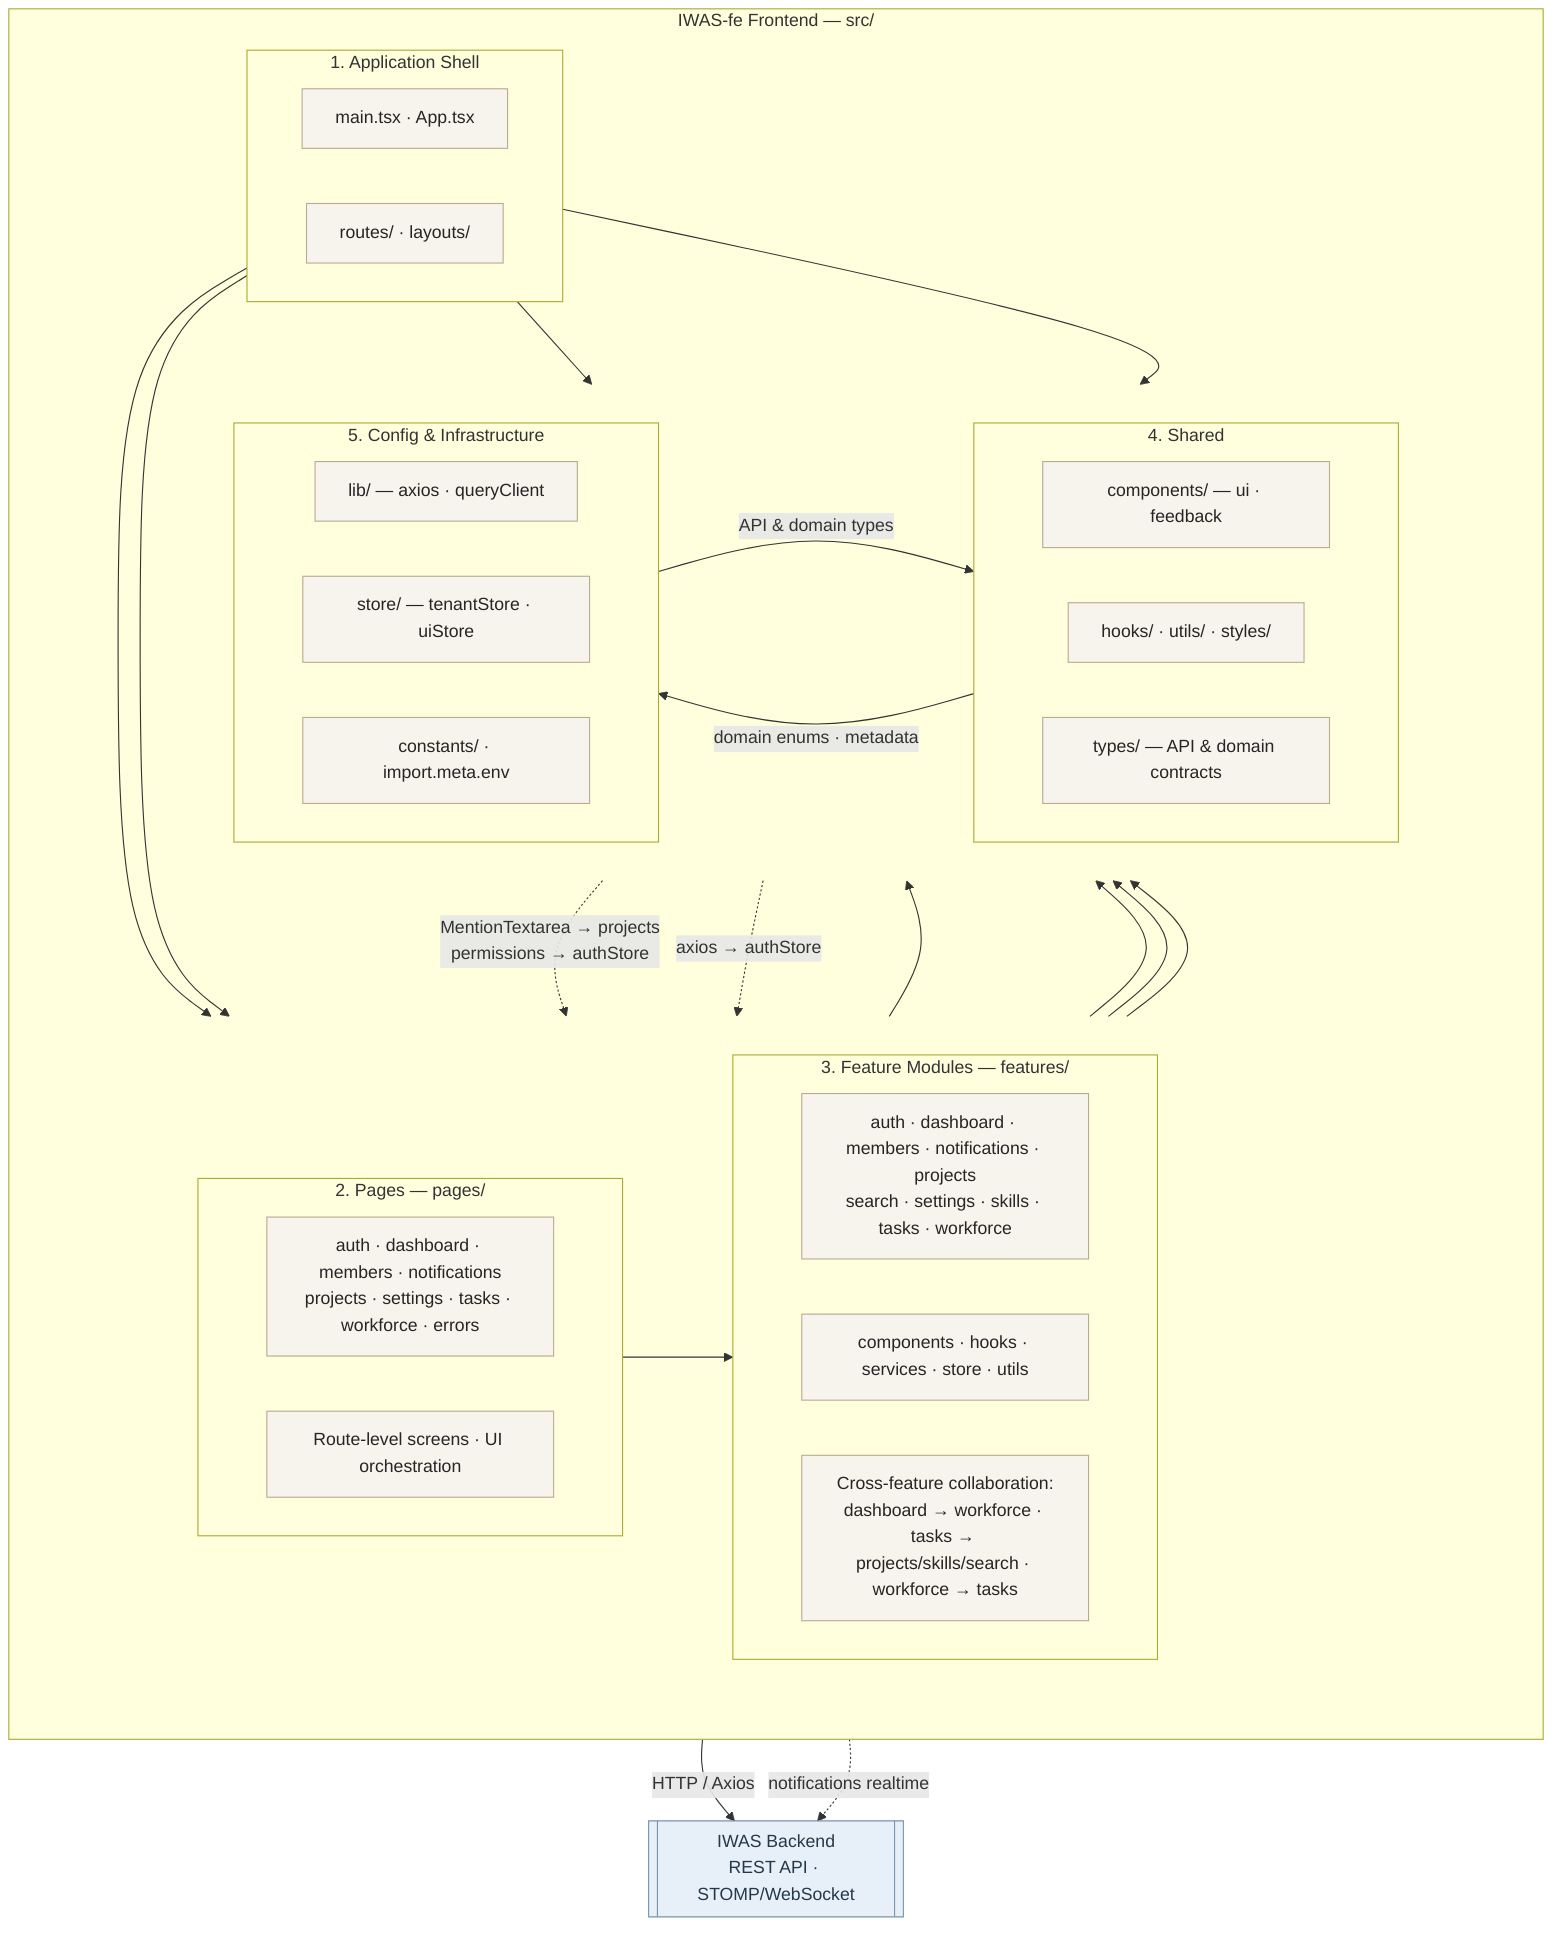
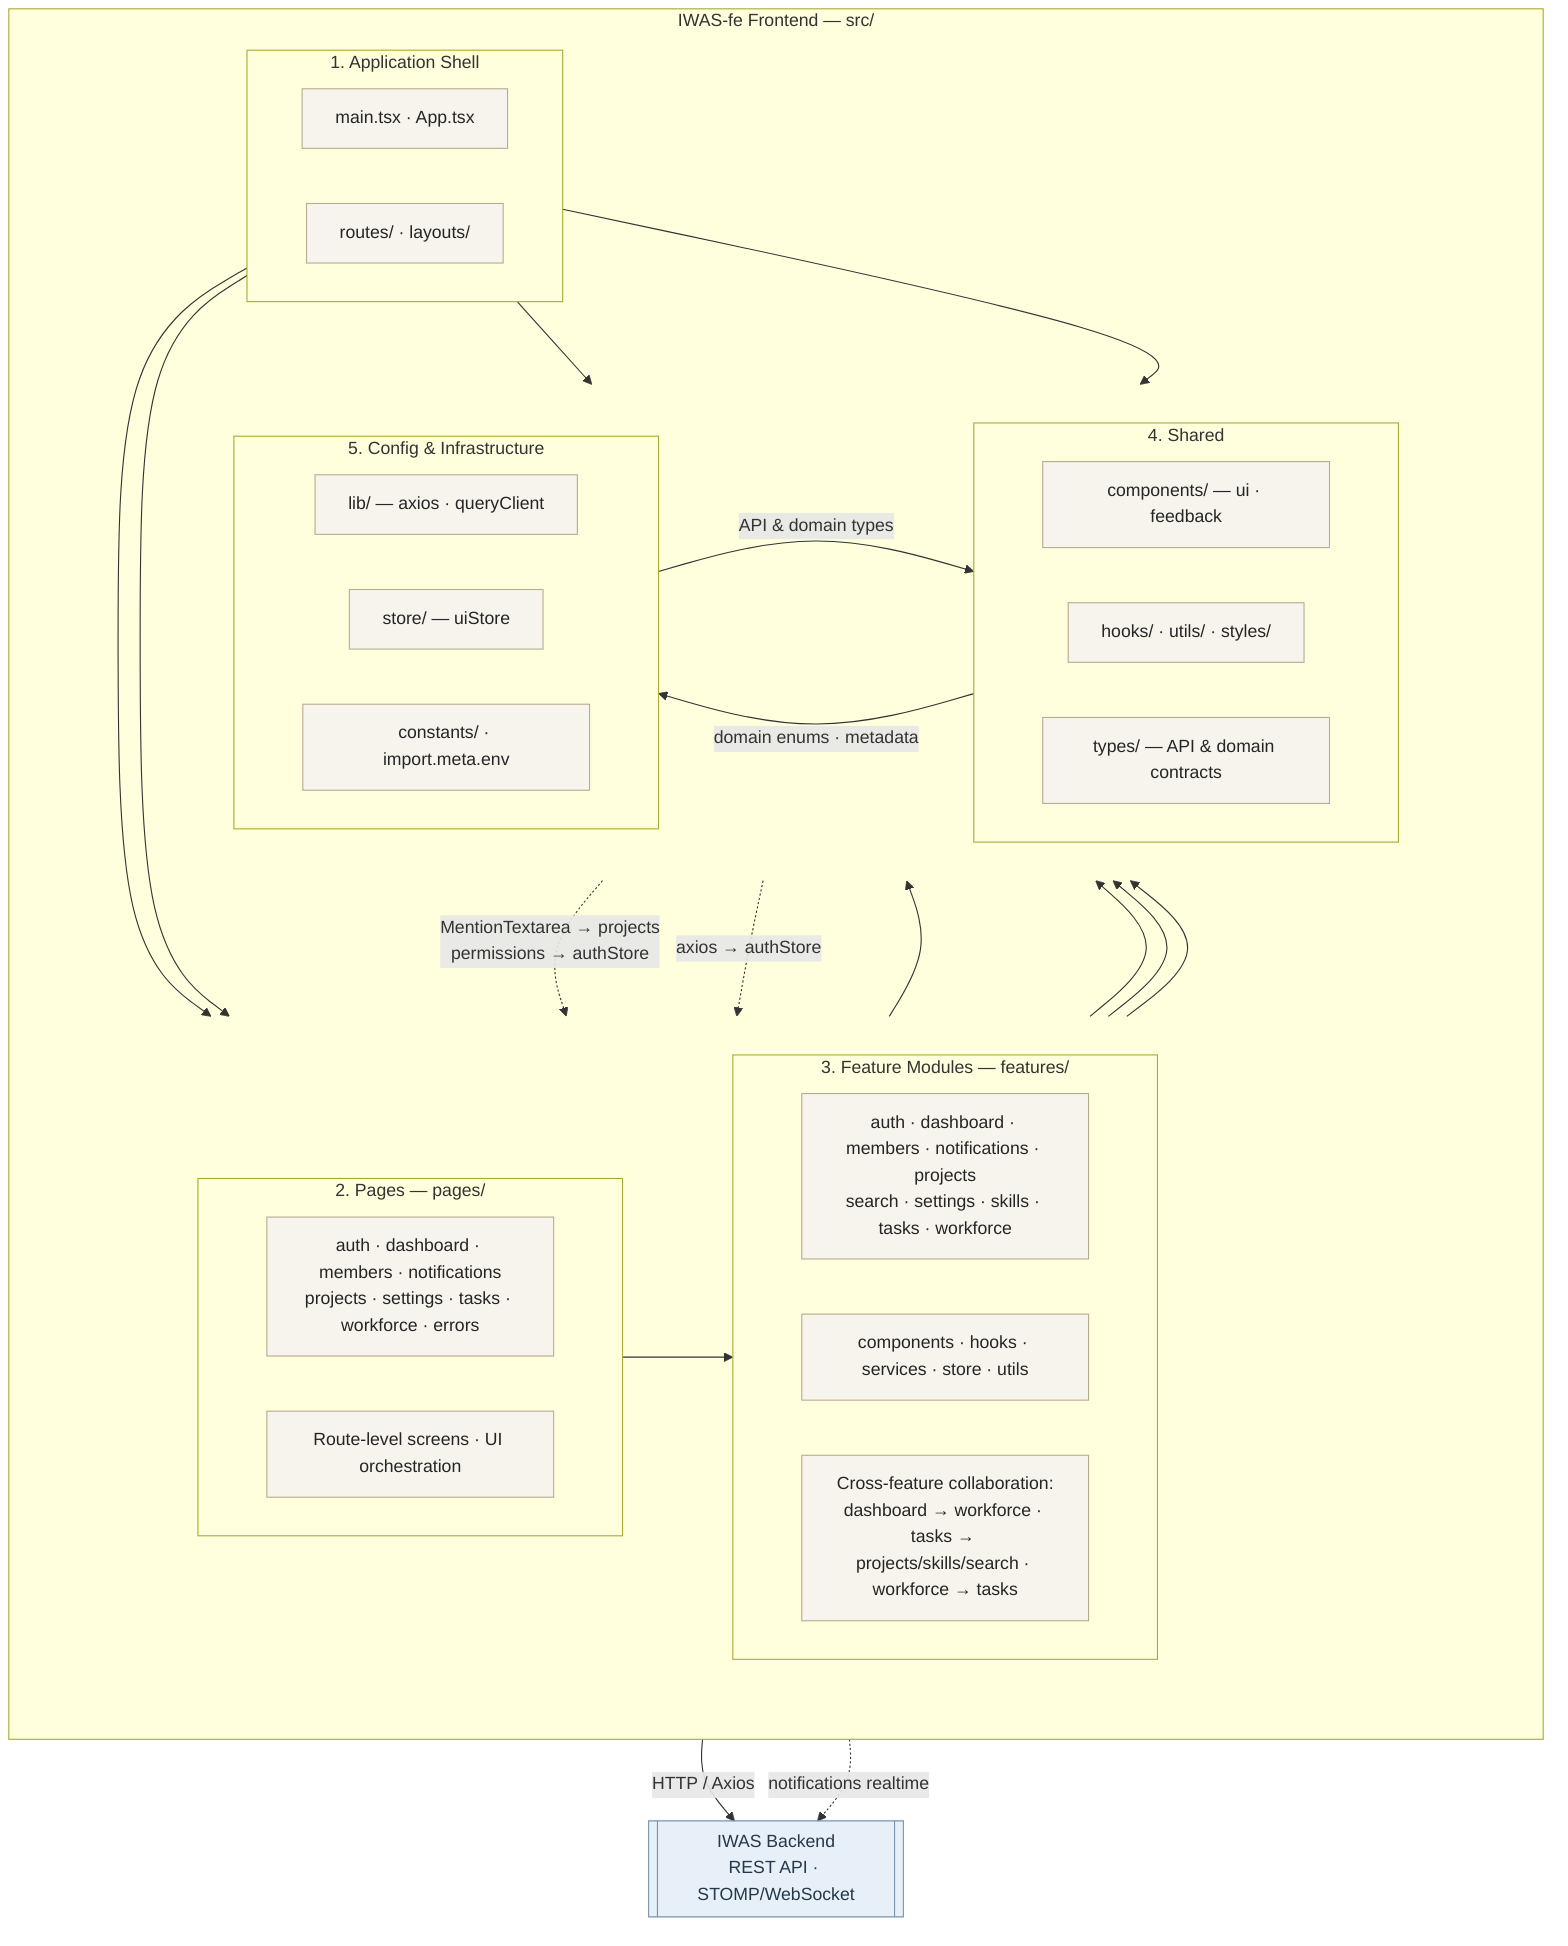
%% IWAS-fe - package diagram derived from the current source tree and imports
%% Import vào draw.io: Arrange > Insert > Advanced > Mermaid
%% Nét liền: phụ thuộc chính; nét đứt: phụ thuộc chéo hoặc kết nối realtime
flowchart TB

    subgraph FRONTEND["IWAS-fe Frontend — src/"]
        direction TB

        subgraph APP["1. Application Shell"]
            appEntry["main.tsx · App.tsx"]
            appRouting["routes/ · layouts/"]
        end

        subgraph MIDDLE[" "]
            direction LR

            subgraph PAGES["2. Pages — pages/"]
                pageGroups["auth · dashboard · members · notifications<br/>projects · settings · tasks · workforce · errors"]
                pageRole["Route-level screens · UI orchestration"]
            end

            subgraph FEATURES["3. Feature Modules — features/"]
                featureNames["auth · dashboard · members · notifications · projects<br/>search · settings · skills · tasks · workforce"]
                featurePattern["components · hooks · services · store · utils"]
                featureLinks["Cross-feature collaboration:<br/>dashboard → workforce · tasks → projects/skills/search · workforce → tasks"]
            end
        end

        subgraph BOTTOM[" "]
            direction LR

            subgraph SHARED["4. Shared"]
                sharedUi["components/ — ui · feedback"]
                sharedCommon["hooks/ · utils/ · styles/"]
                sharedTypes["types/ — API &amp; domain contracts"]
            end

            subgraph CONFIG["5. Config &amp; Infrastructure"]
                configLib["lib/ — axios · queryClient"]
-                 configStore["store/ — tenantStore · uiStore"]
+                 configStore["store/ — uiStore"]
                configValues["constants/ · import.meta.env"]
            end
        end

        APP --> PAGES
        APP --> FEATURES
        APP --> SHARED
        APP --> CONFIG

        PAGES --> FEATURES
        PAGES --> SHARED
        PAGES --> CONFIG

        FEATURES --> SHARED
        FEATURES --> CONFIG

        SHARED -->|"domain enums · metadata"| CONFIG
        CONFIG -->|"API &amp; domain types"| SHARED

        SHARED -.->|"MentionTextarea → projects<br/>permissions → authStore"| FEATURES
        CONFIG -.->|"axios → authStore"| FEATURES
    end

    backend[["IWAS Backend<br/>REST API · STOMP/WebSocket"]]:::external

    CONFIG -->|"HTTP / Axios"| backend
    FEATURES -.->|"notifications realtime"| backend

    style MIDDLE fill:transparent,stroke:transparent
    style BOTTOM fill:transparent,stroke:transparent
    classDef default fill:#F7F4ED,stroke:#B9AA92,color:#252525;
    classDef external fill:#E7F0F8,stroke:#7894AD,color:#25384A;
